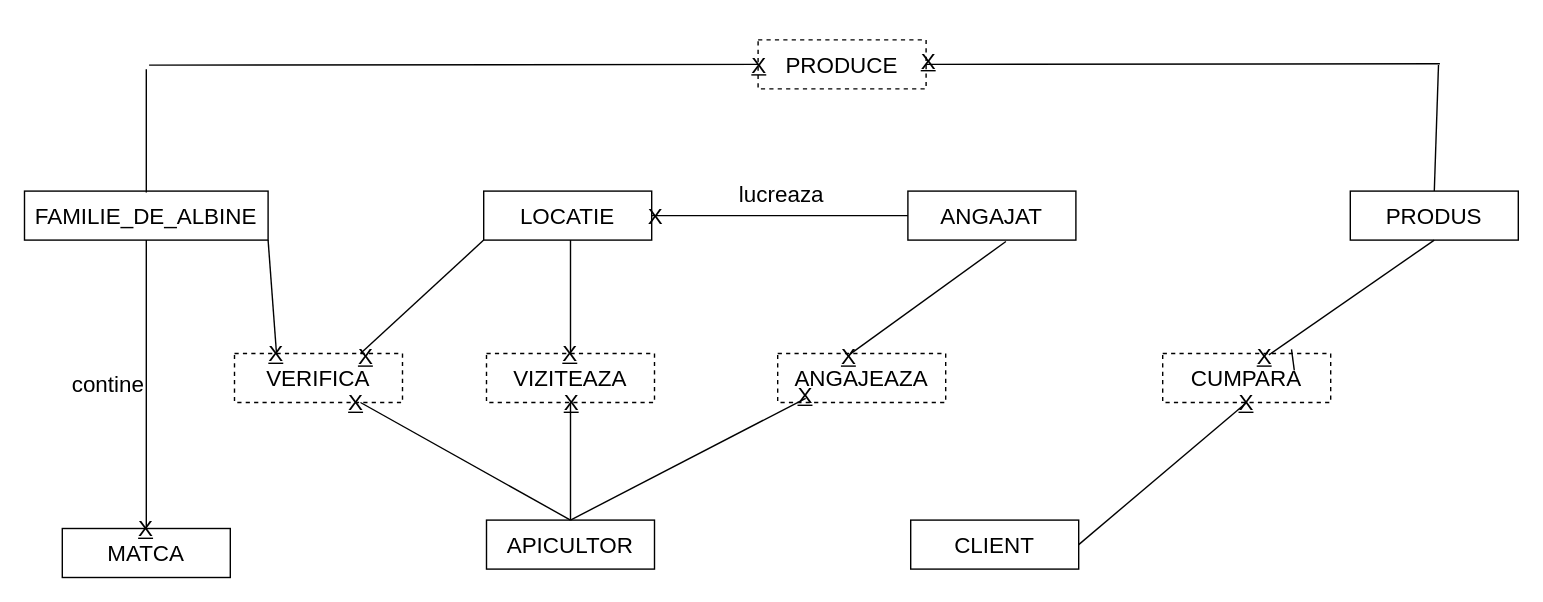
This is page "Pagina-2" (2 of 2) of Diagramă fără titlu.drawio from Matoka26/DataBase-Stupina, a draw.io file, before an edit. Source tidied: cells renumbered, new cells numbered last; positions are measured from the earlier drawing's top-left corner, leaving out a move shared by most shapes. Both pictures are drawn from the tidied source at 140%, with x=0, y=0 at pixel (24, 39).
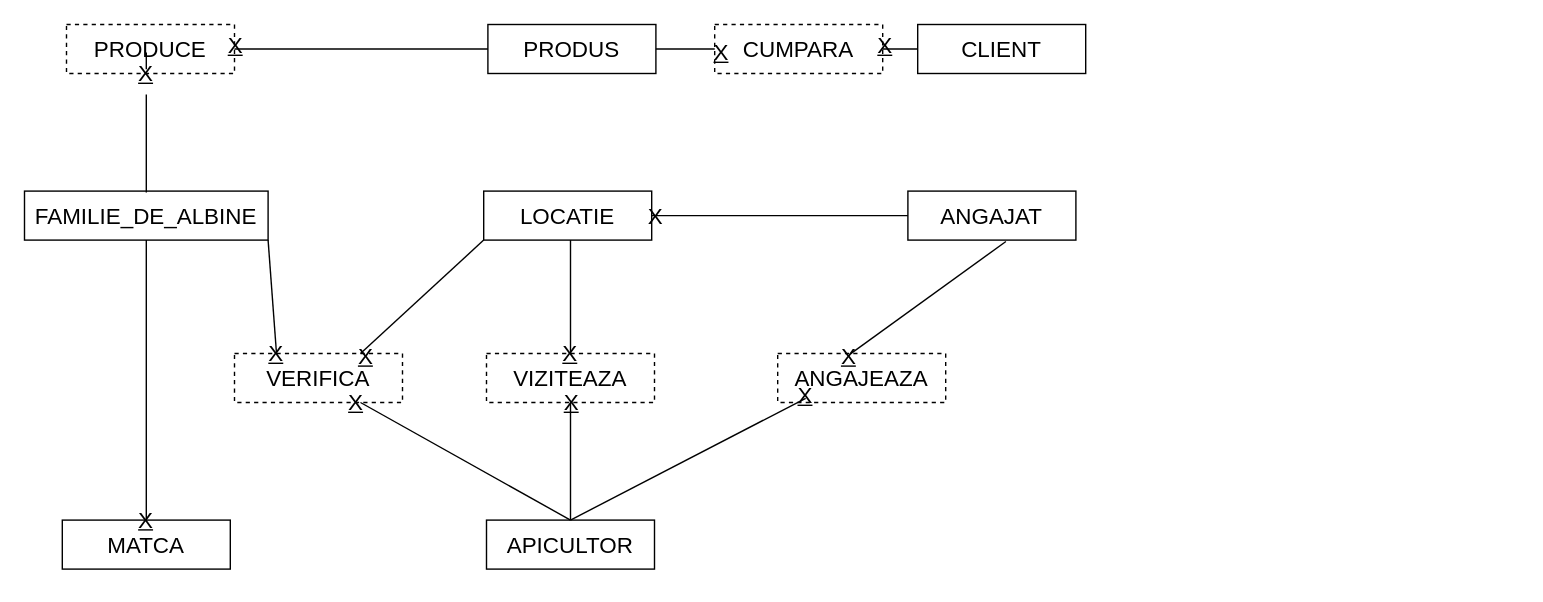
The same diagram, later.

The edit, as a diff of the source:
```diff
@@
     <mxCell id="2" value="PRODUS" style="rounded=0;whiteSpace=wrap;html=1;fontSize=16;" parent="1" vertex="1">
-      <mxGeometry x="947" y="108" width="120" height="35" as="geometry" />
+      <mxGeometry x="331" y="-11" width="120" height="35" as="geometry" />
     </mxCell>
     <mxCell id="3" value="CLIENT" style="rounded=0;whiteSpace=wrap;html=1;fontSize=16;" parent="1" vertex="1">
-      <mxGeometry x="633" y="343" width="120" height="35" as="geometry" />
+      <mxGeometry x="638" y="-11" width="120" height="35" as="geometry" />
     </mxCell>
     <mxCell id="4" value="MATCA" style="rounded=0;whiteSpace=wrap;html=1;fontSize=16;" parent="1" vertex="1">
-      <mxGeometry x="27" y="349" width="120" height="35" as="geometry" />
+      <mxGeometry x="27" y="343" width="120" height="35" as="geometry" />
     </mxCell>
@@
     <mxCell id="9" value="CUMPARA" style="rounded=0;whiteSpace=wrap;html=1;fontSize=16;dashed=1;" parent="1" vertex="1">
-      <mxGeometry x="813" y="224" width="120" height="35" as="geometry" />
+      <mxGeometry x="493" y="-11" width="120" height="35" as="geometry" />
     </mxCell>
@@
     <mxCell id="11" value="PRODUCE" style="rounded=0;whiteSpace=wrap;html=1;fontSize=16;dashed=1;" parent="1" vertex="1">
-      <mxGeometry x="524" width="120" height="35" as="geometry" />
+      <mxGeometry x="30" y="-11" width="120" height="35" as="geometry" />
     </mxCell>
@@
-    <mxCell id="23" style="endArrow=none;html=1;rounded=0;fontSize=12;startSize=8;endSize=8;curved=1;exitX=1;exitY=0.5;exitDx=0;exitDy=0;entryX=0.5;entryY=1;entryDx=0;entryDy=0;" parent="1" edge="1" source="3" target="9">
-      <mxGeometry relative="1" as="geometry" />
-    </mxCell>
-    <mxCell id="24" style="endArrow=none;html=1;rounded=0;fontSize=12;startSize=8;endSize=8;curved=1;entryX=0.5;entryY=1;entryDx=0;entryDy=0;exitX=0.632;exitY=0.029;exitDx=0;exitDy=0;exitPerimeter=0;" parent="1" edge="1" source="9" target="2">
+    <mxCell id="24" style="endArrow=none;html=1;rounded=0;fontSize=12;startSize=8;endSize=8;curved=1;entryX=1;entryY=0.5;entryDx=0;entryDy=0;exitX=0;exitY=0.5;exitDx=0;exitDy=0;" parent="1" edge="1" source="9" target="2">
       <mxGeometry relative="1" as="geometry" />
     </mxCell>
-    <mxCell id="25" style="endArrow=none;html=1;rounded=0;fontSize=12;startSize=8;endSize=8;curved=1;entryX=0;entryY=0.5;entryDx=0;entryDy=0;" parent="1" edge="1" target="11">
-      <mxGeometry relative="1" as="geometry">
-        <mxPoint x="89" y="18" as="sourcePoint" />
-      </mxGeometry>
-    </mxCell>
-    <mxCell id="26" style="endArrow=none;html=1;rounded=0;fontSize=12;startSize=8;endSize=8;curved=1;exitX=1;exitY=0.5;exitDx=0;exitDy=0;" parent="1" edge="1" source="11">
-      <mxGeometry relative="1" as="geometry">
-        <mxPoint x="1011" y="17" as="targetPoint" />
-      </mxGeometry>
-    </mxCell>
-    <mxCell id="27" style="endArrow=none;html=1;rounded=0;fontSize=12;startSize=8;endSize=8;curved=1;exitX=0.5;exitY=0;exitDx=0;exitDy=0;" parent="1" edge="1">
+    <mxCell id="27" style="endArrow=none;html=1;rounded=0;fontSize=12;startSize=8;endSize=8;curved=1;exitX=0.5;exitY=0;exitDx=0;exitDy=0;" parent="1" edge="1" source="38">
       <mxGeometry relative="1" as="geometry">
-        <mxPoint x="87" y="109" as="sourcePoint" />
         <mxPoint x="87" y="21" as="targetPoint" />
       </mxGeometry>
     </mxCell>
-    <mxCell id="28" style="endArrow=none;html=1;rounded=0;fontSize=12;startSize=8;endSize=8;curved=1;entryX=0.5;entryY=0;entryDx=0;entryDy=0;" parent="1" edge="1" target="2">
-      <mxGeometry relative="1" as="geometry">
-        <mxPoint x="1010" y="18" as="sourcePoint" />
-      </mxGeometry>
+    <mxCell id="28" style="endArrow=none;html=1;rounded=0;fontSize=12;startSize=8;endSize=8;curved=1;exitX=1;exitY=0.5;exitDx=0;exitDy=0;entryX=0;entryY=0.5;entryDx=0;entryDy=0;" parent="1" edge="1" source="11" target="2">
+      <mxGeometry relative="1" as="geometry" />
     </mxCell>
-    <mxCell id="29" value="contine" style="text;html=1;strokeColor=none;fillColor=none;align=center;verticalAlign=middle;whiteSpace=wrap;rounded=0;fontSize=16;" parent="1" vertex="1">
-      <mxGeometry x="30" y="231" width="60" height="30" as="geometry" />
-    </mxCell>
-    <mxCell id="30" value="lucreaza" style="text;html=1;strokeColor=none;fillColor=none;align=center;verticalAlign=middle;whiteSpace=wrap;rounded=0;fontSize=16;" parent="1" vertex="1">
-      <mxGeometry x="511" y="95" width="60" height="30" as="geometry" />
-    </mxCell>
@@
     <mxCell id="33" value="X" style="text;html=1;strokeColor=none;fillColor=none;align=center;verticalAlign=middle;whiteSpace=wrap;rounded=0;fontSize=16;fontStyle=4;" parent="1" vertex="1">
-      <mxGeometry x="57" y="334" width="60" height="30" as="geometry" />
+      <mxGeometry x="57" y="328" width="60" height="30" as="geometry" />
     </mxCell>
@@
-    <mxCell id="38" value="X" style="text;html=1;strokeColor=none;fillColor=none;align=center;verticalAlign=middle;whiteSpace=wrap;rounded=0;fontSize=16;fontStyle=4;" parent="1" vertex="1">
-      <mxGeometry x="495" y="2.5" width="60" height="30" as="geometry" />
-    </mxCell>
     <mxCell id="39" value="X" style="text;html=1;strokeColor=none;fillColor=none;align=center;verticalAlign=middle;whiteSpace=wrap;rounded=0;fontSize=16;fontStyle=4;" parent="1" vertex="1">
-      <mxGeometry x="616" width="60" height="30" as="geometry" />
+      <mxGeometry x="121" y="-11" width="60" height="30" as="geometry" />
     </mxCell>
     <mxCell id="40" value="X" style="text;html=1;strokeColor=none;fillColor=none;align=center;verticalAlign=middle;whiteSpace=wrap;rounded=0;fontSize=16;fontStyle=4;" parent="1" vertex="1">
-      <mxGeometry x="843" y="244" width="60" height="30" as="geometry" />
+      <mxGeometry x="585" y="-11" width="60" height="30" as="geometry" />
     </mxCell>
-    <mxCell id="41" style="endArrow=none;html=1;rounded=0;fontSize=12;startSize=8;endSize=8;curved=1;entryX=0.5;entryY=1;entryDx=0;entryDy=0;" parent="1" edge="1">
-      <mxGeometry relative="1" as="geometry">
-        <mxPoint x="905" y="221" as="sourcePoint" />
-        <mxPoint x="907" y="236" as="targetPoint" />
-      </mxGeometry>
-    </mxCell>
@@
     <mxCell id="44" value="X" style="text;html=1;strokeColor=none;fillColor=none;align=center;verticalAlign=middle;whiteSpace=wrap;rounded=0;fontSize=16;fontStyle=4;" parent="1" vertex="1">
-      <mxGeometry x="856" y="211" width="60" height="30" as="geometry" />
+      <mxGeometry x="468" y="-6" width="60" height="30" as="geometry" />
     </mxCell>
+    <mxCell id="45" style="endArrow=none;html=1;rounded=0;fontSize=12;startSize=8;endSize=8;curved=1;exitX=0.5;exitY=0;exitDx=0;exitDy=0;" parent="1" edge="1" target="38">
+      <mxGeometry relative="1" as="geometry">
+        <mxPoint x="87" y="109" as="sourcePoint" />
+      </mxGeometry>
+    </mxCell>
+    <mxCell id="38" value="X" style="text;html=1;strokeColor=none;fillColor=none;align=center;verticalAlign=middle;whiteSpace=wrap;rounded=0;fontSize=16;fontStyle=4;" parent="1" vertex="1">
+      <mxGeometry x="57" y="9" width="60" height="30" as="geometry" />
+    </mxCell>
+    <mxCell id="46" style="endArrow=none;html=1;rounded=0;fontSize=12;startSize=8;endSize=8;curved=1;exitX=1;exitY=0.5;exitDx=0;exitDy=0;entryX=0;entryY=0.5;entryDx=0;entryDy=0;" parent="1" edge="1" source="9" target="3">
+      <mxGeometry relative="1" as="geometry" />
+    </mxCell>
```
